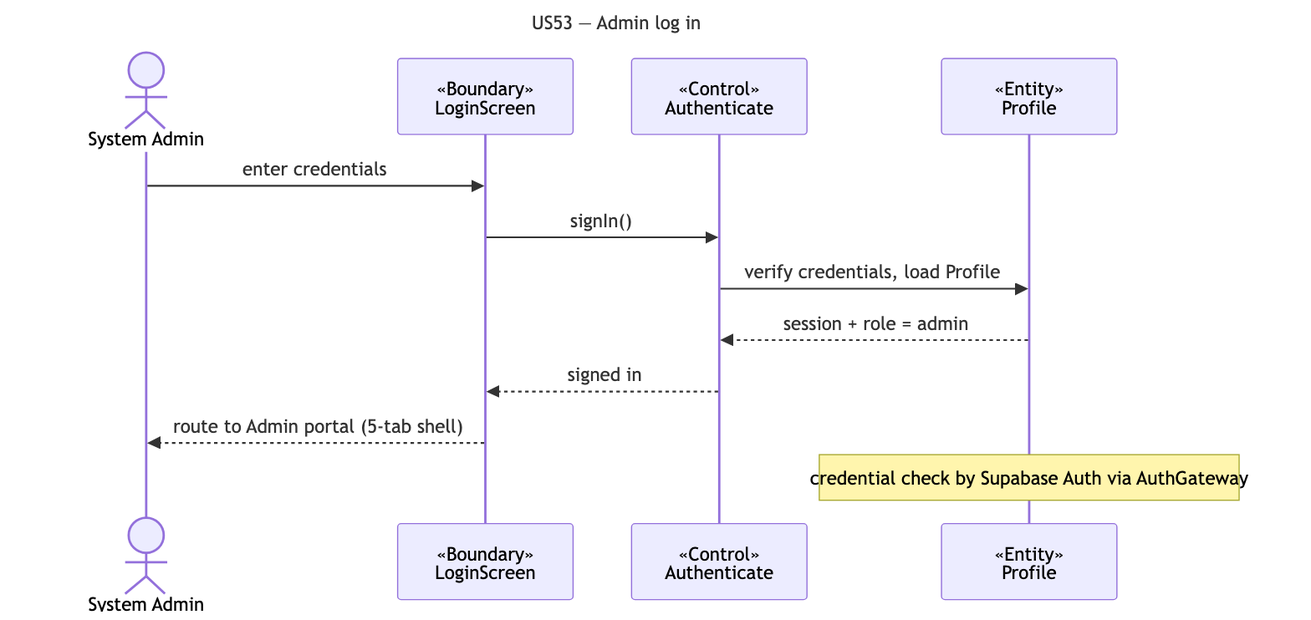
Above: docs/deliverables/sequence-diagrams/US53-admin-login.png in cyuanjun/FYP-26-S2-37-app (Mermaid), before the change. Its source is kept beside it as docs/deliverables/sequence-diagrams/src/US53-admin-login.mmd.
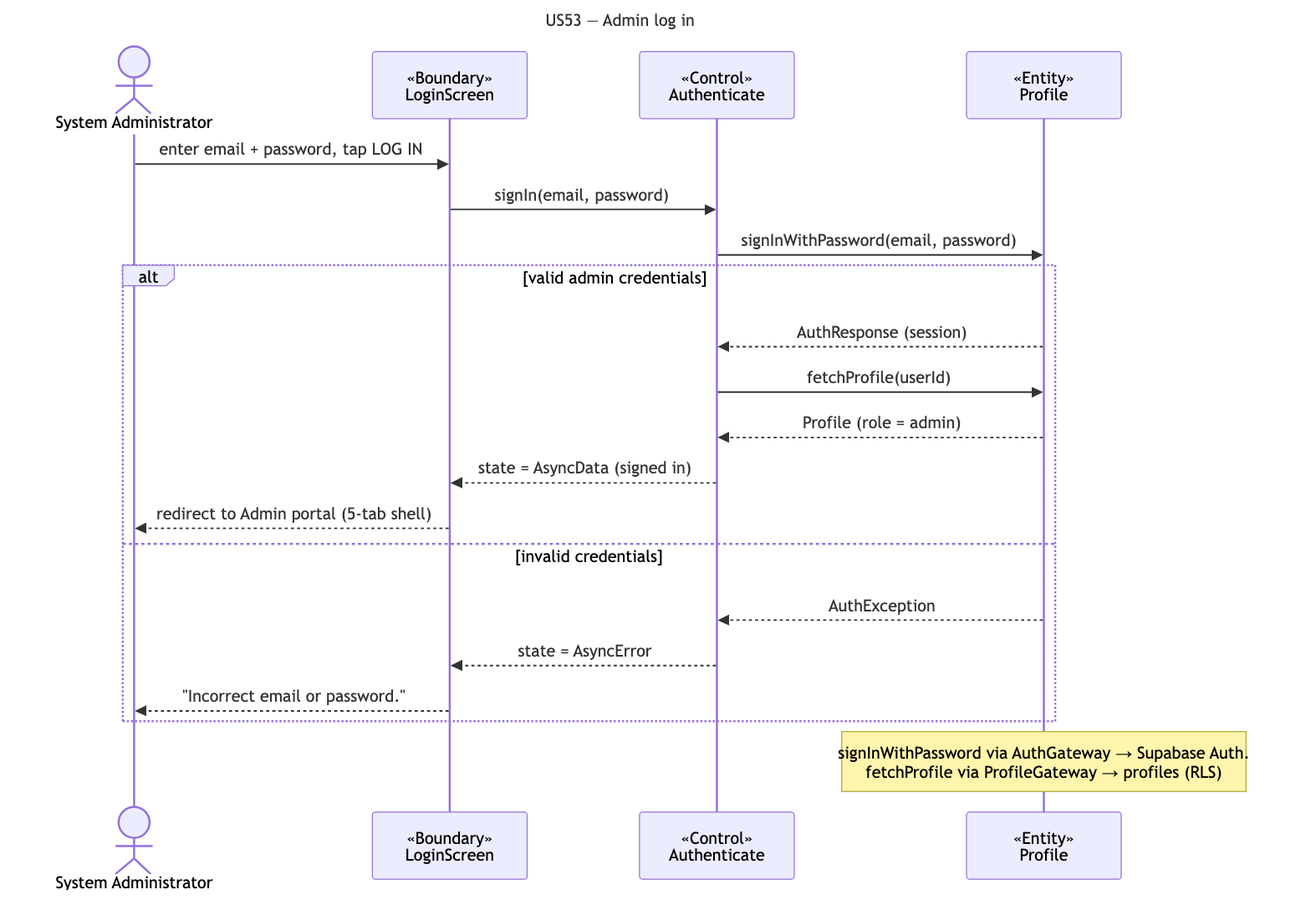
After the commit.

Change to the diagram source:
```diff
@@ -2,14 +2,22 @@
 title: "US53 — Admin log in"
 ---
 sequenceDiagram
-  actor A as System Admin
+  actor A as System Administrator
   participant B as «Boundary»<br/>LoginScreen
   participant C as «Control»<br/>Authenticate
   participant E as «Entity»<br/>Profile
-  A->>B: enter credentials
-  B->>C: signIn()
-  C->>E: verify credentials, load Profile
-  E-->>C: session + role = admin
-  C-->>B: signed in
-  B-->>A: route to Admin portal (5-tab shell)
-  note over E: credential check by Supabase Auth via AuthGateway
+  A->>B: enter email + password, tap LOG IN
+  B->>C: signIn(email, password)
+  C->>E: signInWithPassword(email, password)
+  alt valid admin credentials
+    E-->>C: AuthResponse (session)
+    C->>E: fetchProfile(userId)
+    E-->>C: Profile (role = admin)
+    C-->>B: state = AsyncData (signed in)
+    B-->>A: redirect to Admin portal (5-tab shell)
+  else invalid credentials
+    E-->>C: AuthException
+    C-->>B: state = AsyncError
+    B-->>A: "Incorrect email or password."
+  end
+  note over E: signInWithPassword via AuthGateway → Supabase Auth.<br/>fetchProfile via ProfileGateway → profiles (RLS)
```
